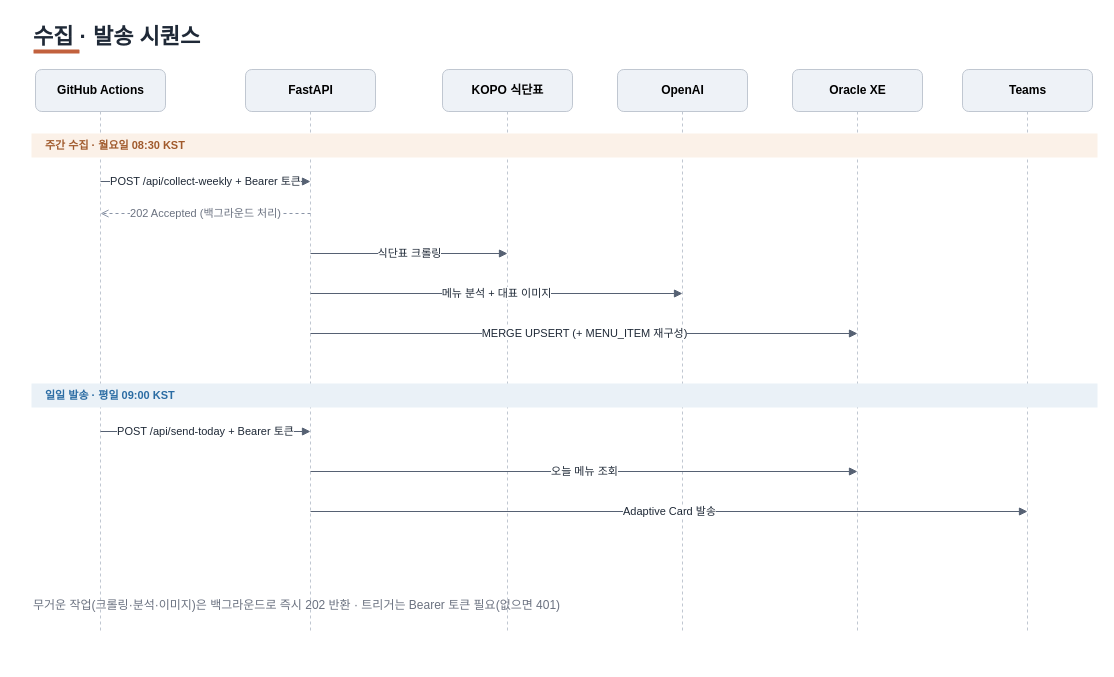
Earlier version of the draw.io diagram diagrams/src/02-sequence.drawio (SanghyeokLee-KR/ai-lunch-curator). Source tidied: cells renumbered, new cells numbered last; positions are measured from the earlier drawing's top-left corner, leaving out a move shared by most shapes. Both pictures are drawn from the tidied source at 100%, with x=0, y=0 at pixel (31, 17).
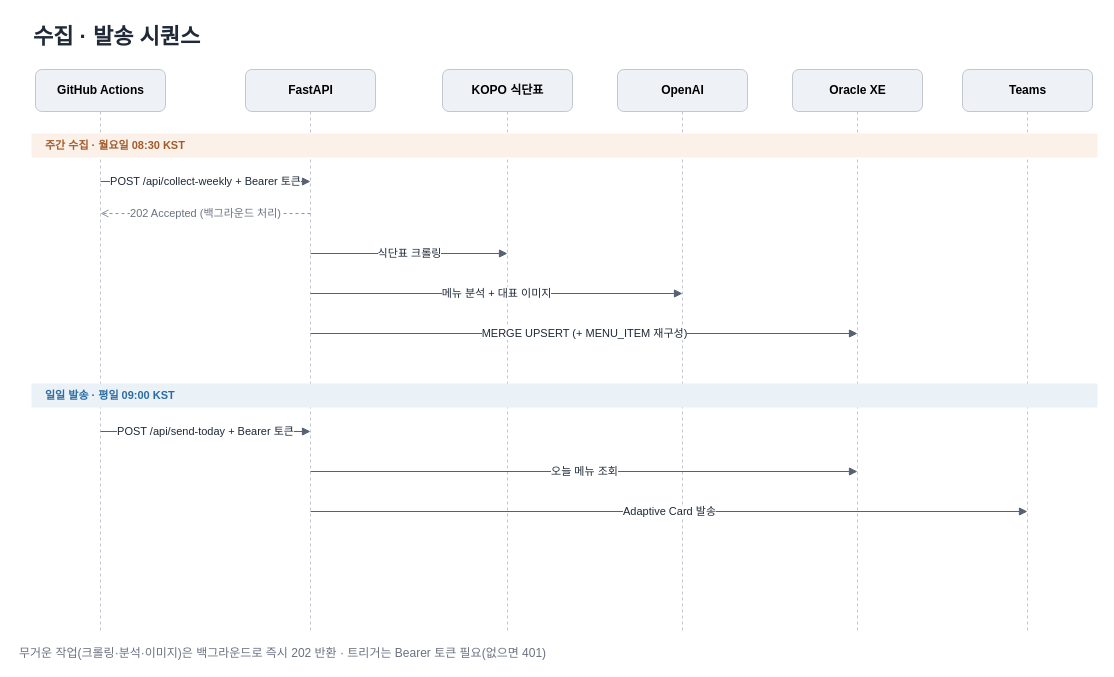
The same diagram, later.

The edit, as a diff of the source:
```diff
@@
-    <mxCell id="3" style="rounded=1;fillColor=#C2613D;strokeColor=none;" parent="1" vertex="1">
-      <mxGeometry x="2" y="32" width="46" height="4" as="geometry" />
-    </mxCell>
@@
     <mxCell id="26" value="무거운 작업(크롤링·분석·이미지)은 백그라운드로 즉시 202 반환 · 트리거는 Bearer 토큰 필요(없으면 401)" style="text;html=1;align=left;fontSize=12;fontColor=#6B7280;" parent="1" vertex="1">
-      <mxGeometry y="574" width="1000" height="20" as="geometry" />
+      <mxGeometry x="-14" y="622" width="1000" height="20" as="geometry" />
     </mxCell>
```
